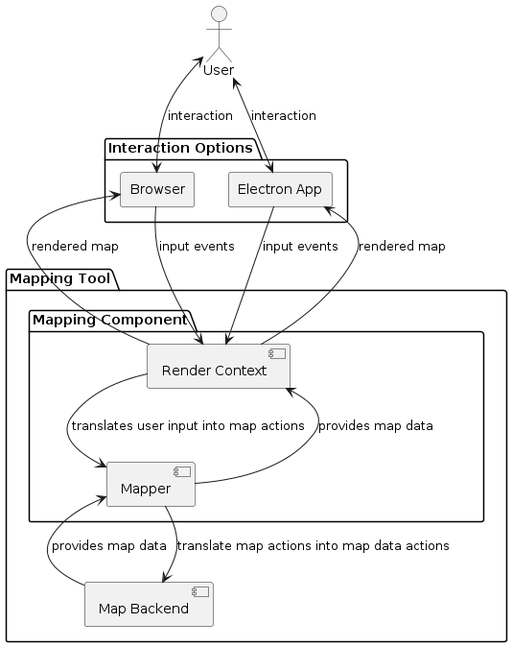
Above: diagrams/Package_Diagram.png in mapper1024/mapper1024 (PlantUML), before the change. Source of this version:
```plantuml
@startuml

Actor User

folder "Interaction Options" {
	Agent Browser
	Agent "Electron App" as ElectronApp

	User <--> Browser : interaction
	User <--> ElectronApp : interaction
}

folder "Mapping Tool" as MappingTool {
	folder "Mapping Component" as MappingComponent {
		component "Render Context" as RenderContext
		component Mapper

		Mapper --> RenderContext : provides map data
		RenderContext --> Mapper : translates user input into map actions
	}

	RenderContext --> Browser : rendered map
	Browser --> RenderContext : input events

	RenderContext --> ElectronApp : rendered map
	ElectronApp --> RenderContext : input events

	component "Map Backend" as MapBackend

	Mapper --> MapBackend : translate map actions into map data actions
	MapBackend --> Mapper : provides map data
}

@enduml
```
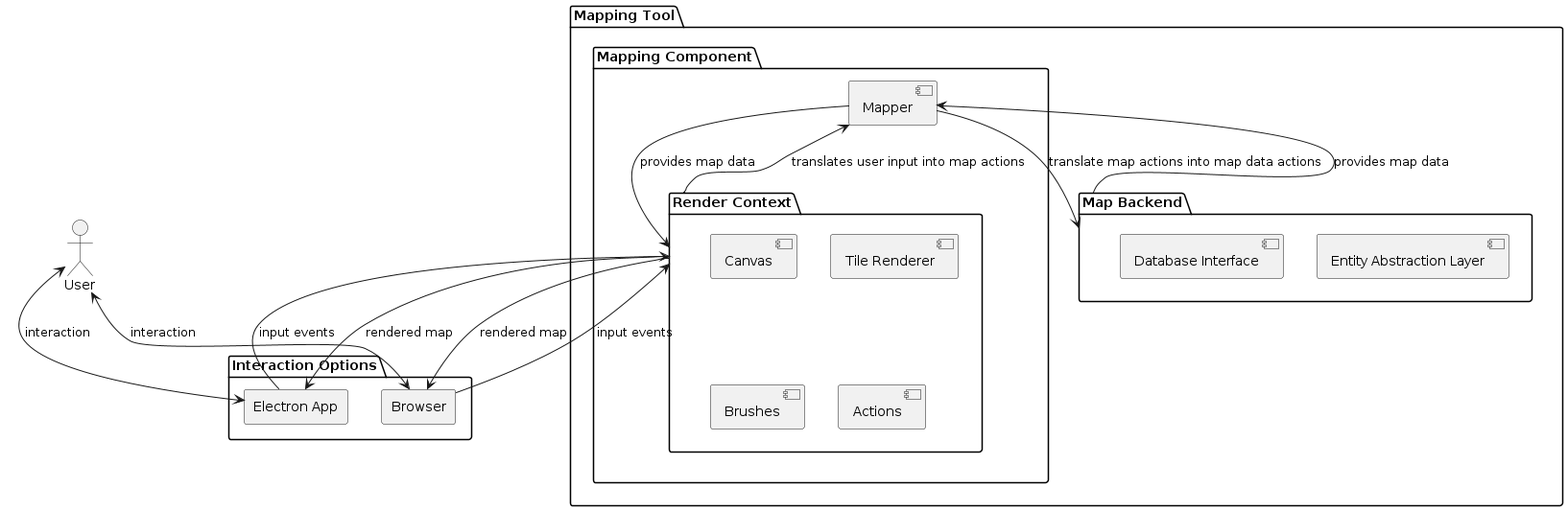
Above is the later version.

Change to the diagram source:
```diff
@@ -12,7 +12,12 @@
 
 folder "Mapping Tool" as MappingTool {
 	folder "Mapping Component" as MappingComponent {
-		component "Render Context" as RenderContext
+		folder "Render Context" as RenderContext {
+			component Canvas
+			component "Tile Renderer"
+			component Brushes
+			component Actions
+		}
 		component Mapper
 
 		Mapper --> RenderContext : provides map data
@@ -25,7 +30,10 @@
 	RenderContext --> ElectronApp : rendered map
 	ElectronApp --> RenderContext : input events
 
-	component "Map Backend" as MapBackend
+	folder "Map Backend" as MapBackend {
+		component "Entity Abstraction Layer"
+		component "Database Interface"
+	}
 
 	Mapper --> MapBackend : translate map actions into map data actions
 	MapBackend --> Mapper : provides map data
```
